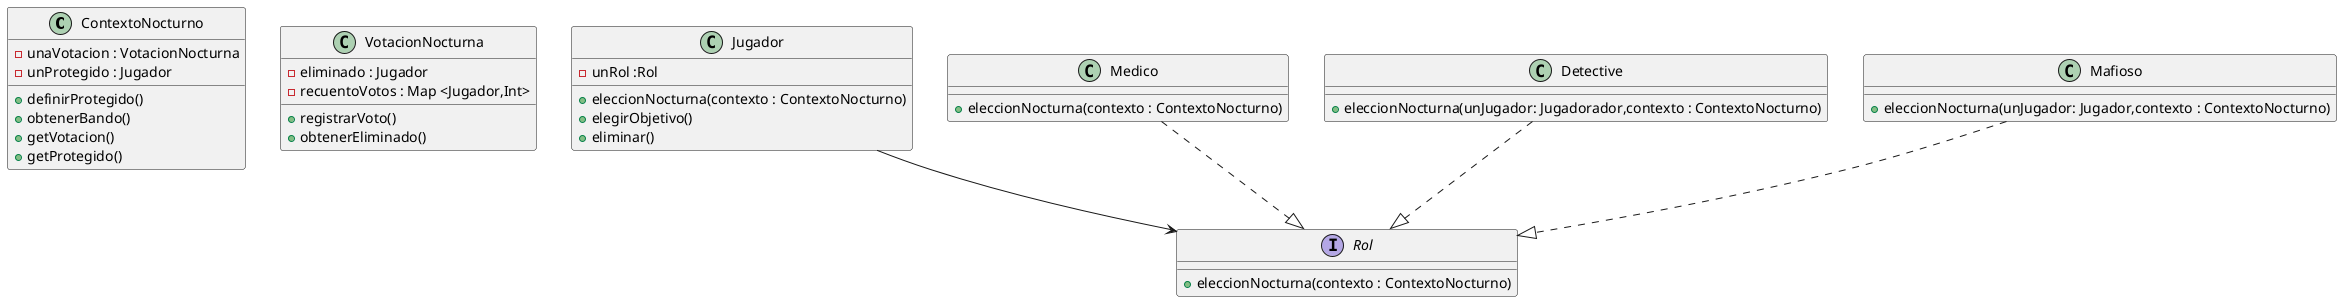
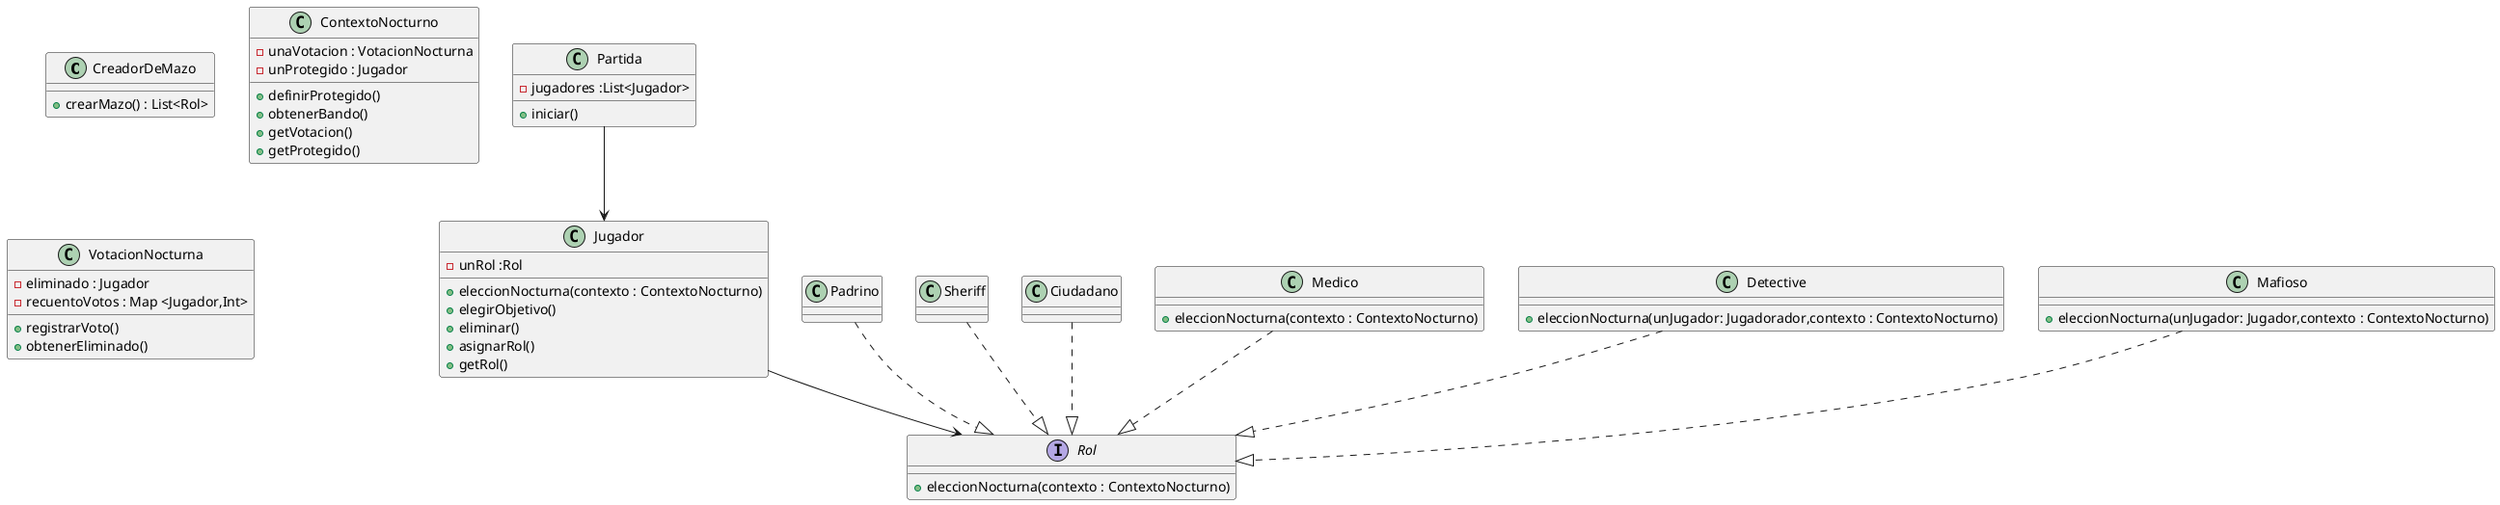
@startuml
+ 
+ class CreadorDeMazo{
+ 
+     +crearMazo() : List<Rol>
+ }
+ 
+ class Partida{
+     -jugadores :List<Jugador>
+     +iniciar()
+ 
+ 
+ }
+ 

class ContextoNocturno{
    -unaVotacion : VotacionNocturna
    -unProtegido : Jugador

    +definirProtegido()
    +obtenerBando()
    +getVotacion()
    +getProtegido()
}

class VotacionNocturna{
    -eliminado : Jugador
    -recuentoVotos : Map <Jugador,Int>

    +registrarVoto()
    +obtenerEliminado()


}


class Jugador{
    'elige cualquier rol
    -unRol :Rol

    'la accion depende del rol elegido
    +eleccionNocturna(contexto : ContextoNocturno)
    +elegirObjetivo()
    +eliminar()
+     +asignarRol()
+     +getRol()
}

interface Rol {
    +eleccionNocturna(contexto : ContextoNocturno)
}

- 
+ class Padrino{}
+ class Sheriff{}
+ class Ciudadano{}

class Medico{
    'elige a quien salvar
    +eleccionNocturna(contexto : ContextoNocturno)
}
class Detective{
    'elige a quien investigar
    +eleccionNocturna(unJugador: Jugadorador,contexto : ContextoNocturno)
}
class Mafioso{
    'elige a quien eliminar
    +eleccionNocturna(unJugador: Jugador,contexto : ContextoNocturno)
}


Jugador --> Rol

Mafioso ..|> Rol
Detective ..|> Rol
Medico ..|> Rol
- 
- 
+ Padrino ..|> Rol
+ Sheriff ..|> Rol
+ Ciudadano ..|> Rol
+ Partida --> Jugador



@enduml